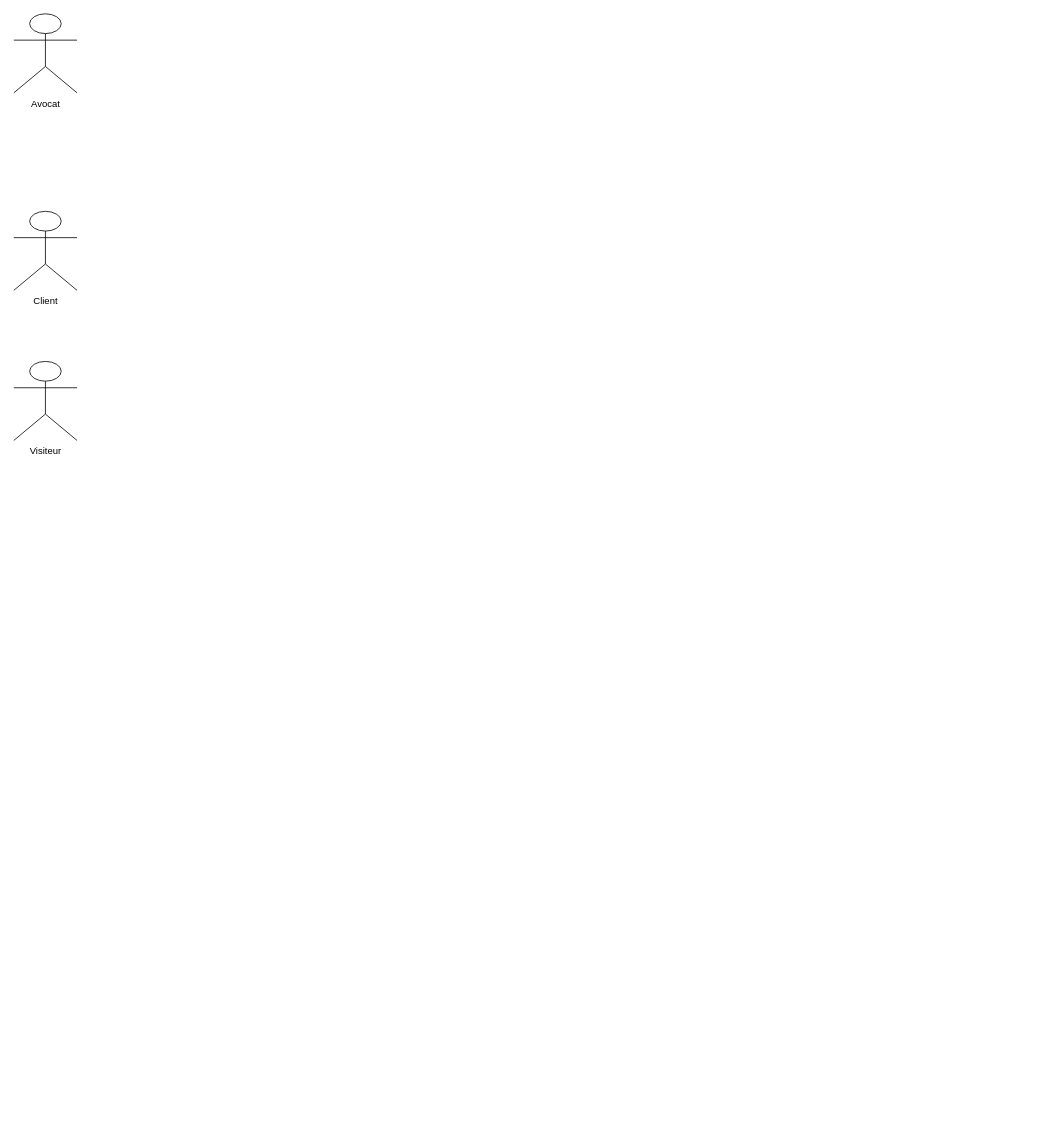
Earlier version of the draw.io diagram use_case/use.drawio (OumaymaBrd/AvocatConnect-Plateforme-de-R-servation-de-Consultations-Juridiques). Source tidied: cells renumbered, new cells numbered last; positions are measured from the earlier drawing's top-left corner, leaving out a move shared by most shapes. Both pictures are drawn from the tidied source at 79%, with x=0, y=0 at pixel (13, 13).
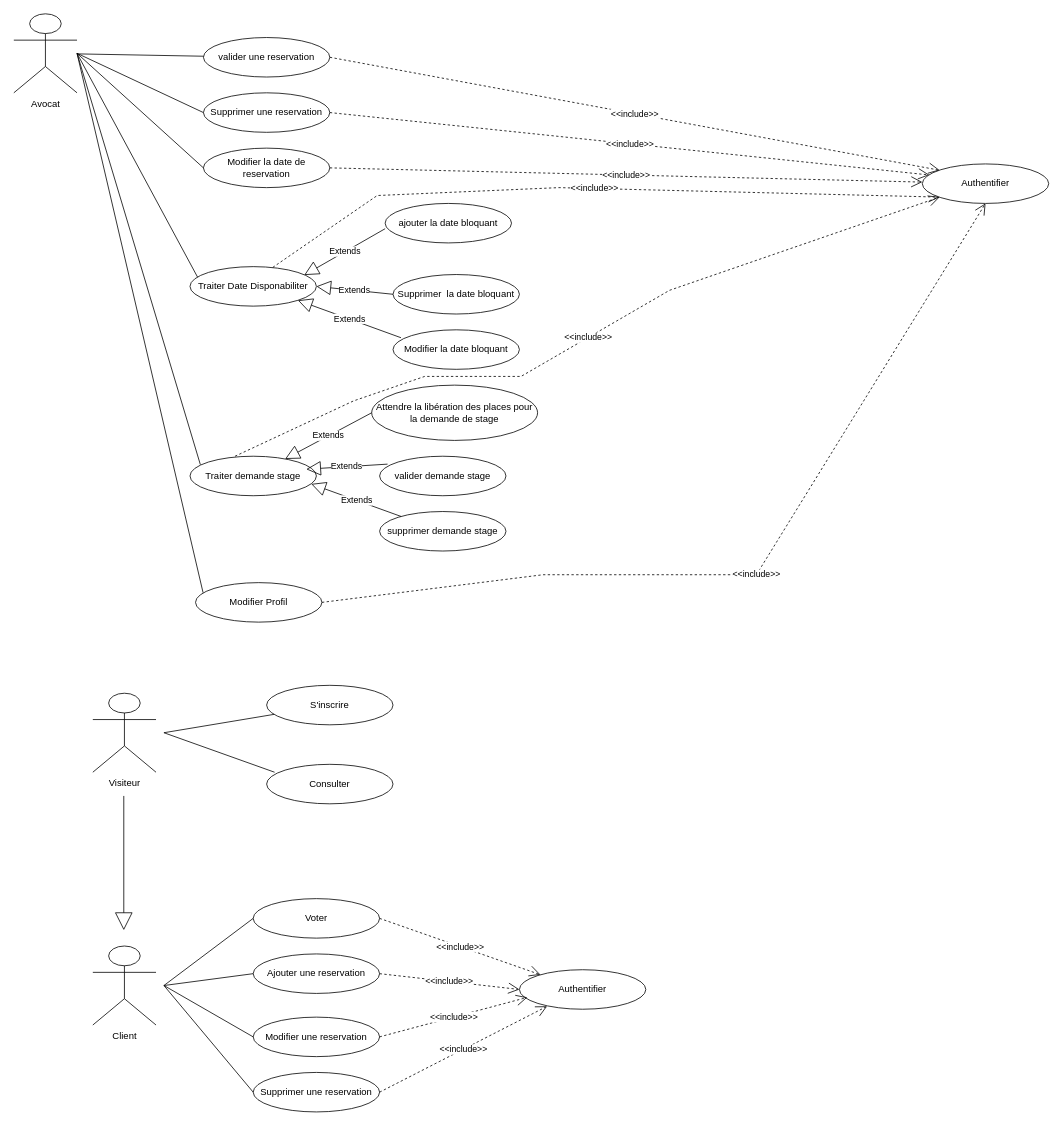
The same diagram, later.

Commit message:
Finir les taches de diagrammes de use case

What changed in the source:
```diff
@@
+    <mxCell id="3" value="Avocat" style="shape=umlActor;verticalLabelPosition=bottom;verticalAlign=top;html=1;outlineConnect=0;" parent="1" vertex="1">
+      <mxGeometry width="80" height="100" as="geometry" />
+    </mxCell>
+    <mxCell id="5" value="valider une reservation" style="ellipse;whiteSpace=wrap;html=1;" parent="1" vertex="1">
+      <mxGeometry x="240" y="30" width="160" height="50" as="geometry" />
+    </mxCell>
+    <mxCell id="6" value="Supprimer une reservation" style="ellipse;whiteSpace=wrap;html=1;" parent="1" vertex="1">
+      <mxGeometry x="240" y="100" width="160" height="50" as="geometry" />
+    </mxCell>
+    <mxCell id="7" value="Modifier Profil" style="ellipse;whiteSpace=wrap;html=1;" parent="1" vertex="1">
+      <mxGeometry x="230" y="720" width="160" height="50" as="geometry" />
+    </mxCell>
+    <mxCell id="8" value="ajouter la date bloquant" style="ellipse;whiteSpace=wrap;html=1;" parent="1" vertex="1">
+      <mxGeometry x="470" y="240" width="160" height="50" as="geometry" />
+    </mxCell>
+    <mxCell id="9" value="Modifier la date bloquant" style="ellipse;whiteSpace=wrap;html=1;" parent="1" vertex="1">
+      <mxGeometry x="480" y="400" width="160" height="50" as="geometry" />
+    </mxCell>
+    <mxCell id="10" value="Supprimer&amp;nbsp; la date bloquant" style="ellipse;whiteSpace=wrap;html=1;" parent="1" vertex="1">
+      <mxGeometry x="480" y="330" width="160" height="50" as="geometry" />
+    </mxCell>
+    <mxCell id="11" value="valider demande stage" style="ellipse;whiteSpace=wrap;html=1;" parent="1" vertex="1">
+      <mxGeometry x="463" y="560" width="160" height="50" as="geometry" />
+    </mxCell>
+    <mxCell id="12" value="Modifier la date de reservation" style="ellipse;whiteSpace=wrap;html=1;" parent="1" vertex="1">
+      <mxGeometry x="240" y="170" width="160" height="50" as="geometry" />
+    </mxCell>
+    <mxCell id="13" value="supprimer demande stage" style="ellipse;whiteSpace=wrap;html=1;" parent="1" vertex="1">
+      <mxGeometry x="463" y="630" width="160" height="50" as="geometry" />
+    </mxCell>
+    <mxCell id="14" value="Attendre la libération des places pour la demande de stage" style="ellipse;whiteSpace=wrap;html=1;" parent="1" vertex="1">
+      <mxGeometry x="453" y="470" width="210" height="70" as="geometry" />
+    </mxCell>
+    <mxCell id="15" style="endArrow=none;html=1;" parent="1" edge="1" source="5" target="3">
+      <mxGeometry relative="1" as="geometry" />
+    </mxCell>
+    <mxCell id="16" style="endArrow=none;html=1;exitX=0;exitY=0.5;exitDx=0;exitDy=0;" parent="1" edge="1" source="6">
+      <mxGeometry relative="1" as="geometry">
+        <mxPoint x="80" y="50" as="targetPoint" />
+      </mxGeometry>
+    </mxCell>
+    <mxCell id="17" style="endArrow=none;html=1;exitX=0;exitY=0.5;exitDx=0;exitDy=0;" parent="1" edge="1" source="12">
+      <mxGeometry relative="1" as="geometry">
+        <mxPoint x="80" y="50" as="targetPoint" />
+      </mxGeometry>
+    </mxCell>
     <mxCell id="2" value="Client" style="shape=umlActor;verticalLabelPosition=bottom;verticalAlign=top;html=1;" parent="1" vertex="1">
-      <mxGeometry y="250" width="80" height="100" as="geometry" />
+      <mxGeometry x="100" y="1180" width="80" height="100" as="geometry" />
     </mxCell>
-    <mxCell id="3" value="Avocat" style="shape=umlActor;verticalLabelPosition=bottom;verticalAlign=top;html=1;outlineConnect=0;" parent="1" vertex="1">
-      <mxGeometry width="80" height="100" as="geometry" />
-    </mxCell>
     <mxCell id="4" value="Visiteur" style="shape=umlActor;verticalLabelPosition=bottom;verticalAlign=top;html=1;" parent="1" vertex="1">
-      <mxGeometry y="440" width="80" height="100" as="geometry" />
+      <mxGeometry x="100" y="860" width="80" height="100" as="geometry" />
     </mxCell>
+    <mxCell id="18" value="Consulter" style="ellipse;whiteSpace=wrap;html=1;" parent="1" vertex="1">
+      <mxGeometry x="320" y="950" width="160" height="50" as="geometry" />
+    </mxCell>
+    <mxCell id="19" value="Ajouter une reservation" style="ellipse;whiteSpace=wrap;html=1;" parent="1" vertex="1">
+      <mxGeometry x="303" y="1190" width="160" height="50" as="geometry" />
+    </mxCell>
+    <mxCell id="20" value="Modifier une reservation" style="ellipse;whiteSpace=wrap;html=1;" parent="1" vertex="1">
+      <mxGeometry x="303" y="1270" width="160" height="50" as="geometry" />
+    </mxCell>
+    <mxCell id="21" value="Supprimer une reservation" style="ellipse;whiteSpace=wrap;html=1;" parent="1" vertex="1">
+      <mxGeometry x="303" y="1340" width="160" height="50" as="geometry" />
+    </mxCell>
+    <mxCell id="22" value="Voter" style="ellipse;whiteSpace=wrap;html=1;" parent="1" vertex="1">
+      <mxGeometry x="303" y="1120" width="160" height="50" as="geometry" />
+    </mxCell>
+    <mxCell id="23" value="Traiter demande stage" style="ellipse;whiteSpace=wrap;html=1;" parent="1" vertex="1">
+      <mxGeometry x="223" y="560" width="160" height="50" as="geometry" />
+    </mxCell>
+    <mxCell id="24" value="Traiter Date Disponabiliter" style="ellipse;whiteSpace=wrap;html=1;" parent="1" vertex="1">
+      <mxGeometry x="223" y="320" width="160" height="50" as="geometry" />
+    </mxCell>
+    <mxCell id="25" value="Extends" style="endArrow=block;endSize=16;endFill=0;html=1;rounded=0;exitX=0;exitY=0.5;exitDx=0;exitDy=0;" parent="1" edge="1" source="14" target="23">
+      <mxGeometry relative="1" as="geometry" />
+    </mxCell>
+    <mxCell id="26" value="Extends" style="endArrow=block;endSize=16;endFill=0;html=1;rounded=0;exitX=0.063;exitY=0.2;exitDx=0;exitDy=0;exitPerimeter=0;entryX=0.92;entryY=0.329;entryDx=0;entryDy=0;entryPerimeter=0;" parent="1" edge="1" source="11" target="23">
+      <mxGeometry relative="1" as="geometry" />
+    </mxCell>
+    <mxCell id="27" value="Extends" style="endArrow=block;endSize=16;endFill=0;html=1;rounded=0;entryX=0.959;entryY=0.702;entryDx=0;entryDy=0;entryPerimeter=0;" parent="1" edge="1" source="13" target="23">
+      <mxGeometry relative="1" as="geometry" />
+    </mxCell>
+    <mxCell id="28" value="Extends" style="endArrow=block;endSize=16;endFill=0;html=1;rounded=0;exitX=0;exitY=0.5;exitDx=0;exitDy=0;entryX=0.904;entryY=0.213;entryDx=0;entryDy=0;entryPerimeter=0;" parent="1" edge="1" target="24">
+      <mxGeometry relative="1" as="geometry">
+        <mxPoint x="470" y="272" as="sourcePoint" />
+      </mxGeometry>
+    </mxCell>
+    <mxCell id="29" value="Extends" style="endArrow=block;endSize=16;endFill=0;html=1;rounded=0;exitX=0;exitY=0.5;exitDx=0;exitDy=0;entryX=1;entryY=0.5;entryDx=0;entryDy=0;" parent="1" edge="1" source="10" target="24">
+      <mxGeometry relative="1" as="geometry" />
+    </mxCell>
+    <mxCell id="30" value="Extends" style="endArrow=block;endSize=16;endFill=0;html=1;rounded=0;exitX=0.063;exitY=0.2;exitDx=0;exitDy=0;exitPerimeter=0;entryX=1;entryY=1;entryDx=0;entryDy=0;" parent="1" edge="1" source="9" target="24">
+      <mxGeometry relative="1" as="geometry" />
+    </mxCell>
+    <mxCell id="31" style="endArrow=none;html=1;exitX=0.06;exitY=0.267;exitDx=0;exitDy=0;exitPerimeter=0;" parent="1" edge="1" source="24">
+      <mxGeometry relative="1" as="geometry">
+        <mxPoint x="80" y="50" as="targetPoint" />
+      </mxGeometry>
+    </mxCell>
+    <mxCell id="32" style="endArrow=none;html=1;exitX=0.082;exitY=0.213;exitDx=0;exitDy=0;exitPerimeter=0;" parent="1" edge="1" source="23">
+      <mxGeometry relative="1" as="geometry">
+        <mxPoint x="80" y="50" as="targetPoint" />
+      </mxGeometry>
+    </mxCell>
+    <mxCell id="33" style="endArrow=none;html=1;exitX=0.06;exitY=0.257;exitDx=0;exitDy=0;exitPerimeter=0;" parent="1" edge="1" source="7">
+      <mxGeometry relative="1" as="geometry">
+        <mxPoint x="80" y="50" as="targetPoint" />
+      </mxGeometry>
+    </mxCell>
+    <mxCell id="34" value="&amp;lt;&amp;lt;include&amp;gt;&amp;gt;" style="endArrow=open;endSize=12;dashed=1;html=1;rounded=0;exitX=1;exitY=0.5;exitDx=0;exitDy=0;entryX=0;entryY=0;entryDx=0;entryDy=0;" parent="1" edge="1" source="5">
+      <mxGeometry relative="1" as="geometry">
+        <mxPoint x="1172" y="198" as="targetPoint" />
+      </mxGeometry>
+    </mxCell>
+    <mxCell id="35" value="&amp;lt;&amp;lt;include&amp;gt;&amp;gt;" style="endArrow=open;endSize=12;dashed=1;html=1;rounded=0;exitX=1;exitY=0.5;exitDx=0;exitDy=0;entryX=0.055;entryY=0.289;entryDx=0;entryDy=0;entryPerimeter=0;" parent="1" edge="1" source="6">
+      <mxGeometry relative="1" as="geometry">
+        <mxPoint x="1159" y="204" as="targetPoint" />
+      </mxGeometry>
+    </mxCell>
+    <mxCell id="36" value="&amp;lt;&amp;lt;include&amp;gt;&amp;gt;" style="endArrow=open;endSize=12;dashed=1;html=1;rounded=0;exitX=1;exitY=0.5;exitDx=0;exitDy=0;" parent="1" edge="1" source="12">
+      <mxGeometry relative="1" as="geometry">
+        <mxPoint x="1150" y="213" as="targetPoint" />
+      </mxGeometry>
+    </mxCell>
+    <mxCell id="37" value="&amp;lt;&amp;lt;include&amp;gt;&amp;gt;" style="endArrow=open;endSize=12;dashed=1;html=1;rounded=0;exitX=0.655;exitY=0.019;exitDx=0;exitDy=0;exitPerimeter=0;entryX=0;entryY=1;entryDx=0;entryDy=0;" parent="1" edge="1" source="24">
+      <mxGeometry relative="1" as="geometry">
+        <mxPoint x="1172" y="232" as="targetPoint" />
+        <Array as="points">
+          <mxPoint x="460" y="230" />
+          <mxPoint x="690" y="220" />
+        </Array>
+      </mxGeometry>
+    </mxCell>
+    <mxCell id="38" value="&amp;lt;&amp;lt;include&amp;gt;&amp;gt;" style="endArrow=open;endSize=12;dashed=1;html=1;rounded=0;exitX=0.655;exitY=0.019;exitDx=0;exitDy=0;exitPerimeter=0;entryX=0;entryY=1;entryDx=0;entryDy=0;" parent="1" edge="1">
+      <mxGeometry relative="1" as="geometry">
+        <mxPoint x="280" y="560" as="sourcePoint" />
+        <mxPoint x="1172" y="232" as="targetPoint" />
+        <Array as="points">
+          <mxPoint x="430" y="490" />
+          <mxPoint x="520" y="459" />
+          <mxPoint x="642" y="459" />
+          <mxPoint x="830" y="350" />
+        </Array>
+      </mxGeometry>
+    </mxCell>
+    <mxCell id="39" value="&amp;lt;&amp;lt;include&amp;gt;&amp;gt;" style="endArrow=open;endSize=12;dashed=1;html=1;rounded=0;exitX=0.655;exitY=0.019;exitDx=0;exitDy=0;exitPerimeter=0;entryX=0.5;entryY=1;entryDx=0;entryDy=0;" parent="1" edge="1">
+      <mxGeometry relative="1" as="geometry">
+        <mxPoint x="390" y="745" as="sourcePoint" />
+        <mxPoint x="1230" y="240" as="targetPoint" />
+        <Array as="points">
+          <mxPoint x="670" y="710" />
+          <mxPoint x="752" y="710" />
+          <mxPoint x="830" y="710" />
+          <mxPoint x="940" y="710" />
+        </Array>
+      </mxGeometry>
+    </mxCell>
+    <mxCell id="40" value="S'inscrire" style="ellipse;whiteSpace=wrap;html=1;" parent="1" vertex="1">
+      <mxGeometry x="320" y="850" width="160" height="50" as="geometry" />
+    </mxCell>
+    <mxCell id="41" style="endArrow=block;endSize=20;endFill=0;html=1;rounded=0;" parent="1" edge="1">
+      <mxGeometry relative="1" as="geometry">
+        <mxPoint x="139.2" y="990" as="sourcePoint" />
+        <mxPoint x="139.2" y="1160" as="targetPoint" />
+      </mxGeometry>
+    </mxCell>
+    <mxCell id="42" value="Authentifier" style="ellipse;whiteSpace=wrap;html=1;" parent="1" vertex="1">
+      <mxGeometry x="640" y="1210" width="160" height="50" as="geometry" />
+    </mxCell>
+    <mxCell id="43" value="&amp;lt;&amp;lt;include&amp;gt;&amp;gt;" style="endArrow=open;endSize=12;dashed=1;html=1;rounded=0;exitX=1;exitY=0.5;exitDx=0;exitDy=0;" parent="1" edge="1" source="22" target="42">
+      <mxGeometry relative="1" as="geometry" />
+    </mxCell>
+    <mxCell id="44" value="&amp;lt;&amp;lt;include&amp;gt;&amp;gt;" style="endArrow=open;endSize=12;dashed=1;html=1;rounded=0;exitX=1;exitY=0.5;exitDx=0;exitDy=0;entryX=0;entryY=0.5;entryDx=0;entryDy=0;" parent="1" edge="1" source="19" target="42">
+      <mxGeometry relative="1" as="geometry" />
+    </mxCell>
+    <mxCell id="45" value="&amp;lt;&amp;lt;include&amp;gt;&amp;gt;" style="endArrow=open;endSize=12;dashed=1;html=1;rounded=0;exitX=1;exitY=0.5;exitDx=0;exitDy=0;" parent="1" edge="1" source="20">
+      <mxGeometry relative="1" as="geometry">
+        <mxPoint x="650" y="1245" as="targetPoint" />
+      </mxGeometry>
+    </mxCell>
+    <mxCell id="46" value="&amp;lt;&amp;lt;include&amp;gt;&amp;gt;" style="endArrow=open;endSize=12;dashed=1;html=1;rounded=0;exitX=1;exitY=0.5;exitDx=0;exitDy=0;entryX=0.219;entryY=0.926;entryDx=0;entryDy=0;entryPerimeter=0;" parent="1" edge="1" source="21" target="42">
+      <mxGeometry relative="1" as="geometry" />
+    </mxCell>
+    <mxCell id="47" style="endArrow=none;html=1;rounded=0;" parent="1" edge="1" target="40">
+      <mxGeometry relative="1" as="geometry">
+        <mxPoint x="190" y="910" as="sourcePoint" />
+      </mxGeometry>
+    </mxCell>
+    <mxCell id="48" style="endArrow=none;html=1;rounded=0;entryX=0.063;entryY=0.2;entryDx=0;entryDy=0;entryPerimeter=0;" parent="1" edge="1" target="18">
+      <mxGeometry relative="1" as="geometry">
+        <mxPoint x="190" y="910" as="sourcePoint" />
+      </mxGeometry>
+    </mxCell>
+    <mxCell id="49" value="Authentifier" style="ellipse;whiteSpace=wrap;html=1;" parent="1" vertex="1">
+      <mxGeometry x="1150" y="190" width="160" height="50" as="geometry" />
+    </mxCell>
+    <mxCell id="50" style="endArrow=none;html=1;entryX=0;entryY=0.5;entryDx=0;entryDy=0;" parent="1" edge="1" target="22">
+      <mxGeometry relative="1" as="geometry">
+        <mxPoint x="190" y="1230" as="sourcePoint" />
+      </mxGeometry>
+    </mxCell>
+    <mxCell id="51" style="endArrow=none;html=1;entryX=0;entryY=0.5;entryDx=0;entryDy=0;" parent="1" edge="1" target="19">
+      <mxGeometry relative="1" as="geometry">
+        <mxPoint x="190" y="1230" as="sourcePoint" />
+      </mxGeometry>
+    </mxCell>
+    <mxCell id="52" style="endArrow=none;html=1;entryX=0;entryY=0.5;entryDx=0;entryDy=0;" parent="1" edge="1" target="20">
+      <mxGeometry relative="1" as="geometry">
+        <mxPoint x="190" y="1230" as="sourcePoint" />
+      </mxGeometry>
+    </mxCell>
+    <mxCell id="53" style="endArrow=none;html=1;entryX=0;entryY=0.5;entryDx=0;entryDy=0;" parent="1" edge="1" target="21">
+      <mxGeometry relative="1" as="geometry">
+        <mxPoint x="190" y="1230" as="sourcePoint" />
+      </mxGeometry>
+    </mxCell>
```
